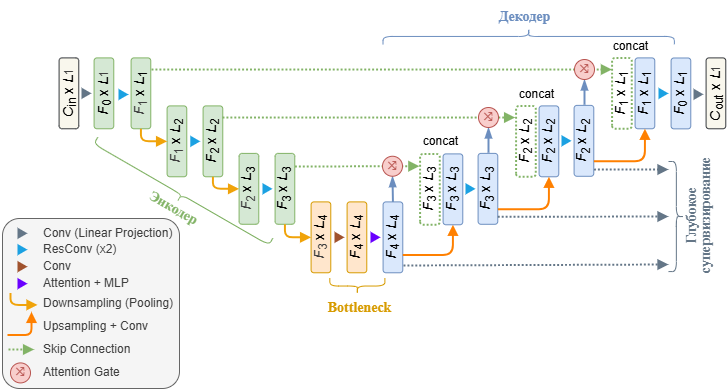
This is images/parametersEstimation/model_block_diagram.drawio.png from romangorbunov91/master-thesis-2026, a draw.io export, as it was before one commit. Source tidied: cells renumbered, new cells last; positions are measured from the earlier drawing's top-left corner, leaving out a move shared by most shapes.
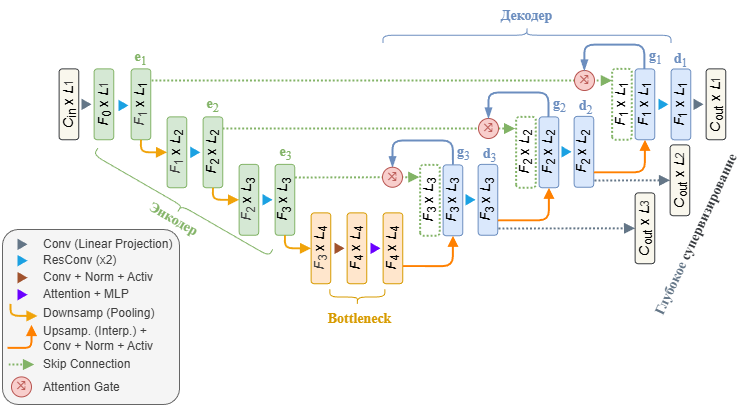
Above is the later version.

Diff of the diagram source:
```diff
@@ -4,4 +4,4 @@
     <mxCell id="1" parent="0" />
-    <mxCell id="2" style="rounded=1;whiteSpace=wrap;html=1;fillColor=#f5f5f5;strokeColor=#666666;arcSize=10;fontColor=#333333;" parent="1" vertex="1">
-      <mxGeometry y="328" width="177" height="170" as="geometry" />
+    <mxCell id="2" style="rounded=1;whiteSpace=wrap;html=1;fillColor=#f5f5f5;strokeColor=#666666;arcSize=9;fontColor=#333333;" parent="1" vertex="1">
+      <mxGeometry y="328" width="177" height="175" as="geometry" />
     </mxCell>
@@ -49,3 +49,3 @@
     </mxCell>
-    <mxCell id="17" value="&lt;font style=&quot;font-size: 14px; line-height: 100%;&quot;&gt;&lt;i&gt;F&lt;/i&gt;&lt;sub style=&quot;line-height: 100%;&quot;&gt;4&lt;/sub&gt;&amp;nbsp;x &lt;i&gt;L&lt;/i&gt;&lt;sub&gt;4&lt;/sub&gt;&lt;/font&gt;" style="rounded=1;whiteSpace=wrap;html=1;rotation=-90;fillColor=#dae8fc;strokeColor=#6c8ebf;" parent="1" vertex="1">
+    <mxCell id="17" value="&lt;font style=&quot;font-size: 14px; line-height: 100%;&quot;&gt;&lt;i&gt;F&lt;/i&gt;&lt;sub style=&quot;line-height: 100%;&quot;&gt;4&lt;/sub&gt;&amp;nbsp;x &lt;i&gt;L&lt;/i&gt;&lt;sub&gt;4&lt;/sub&gt;&lt;/font&gt;" style="rounded=1;whiteSpace=wrap;html=1;rotation=-90;fillColor=#ffe6cc;strokeColor=#d79b00;" parent="1" vertex="1">
       <mxGeometry x="355" y="337" width="70.9" height="19.7" as="geometry" />
@@ -58,4 +58,9 @@
     </mxCell>
-    <mxCell id="20" style="edgeStyle=none;html=1;exitX=1;exitY=0.5;exitDx=0;exitDy=0;rounded=0;curved=0;strokeWidth=1.9685;endArrow=blockThin;endFill=1;fillColor=#dae8fc;strokeColor=#6c8ebf;" parent="1" edge="1" source="17" target="23">
-      <mxGeometry relative="1" as="geometry" />
+    <mxCell id="20" style="edgeStyle=orthogonalEdgeStyle;html=1;exitX=1;exitY=0.5;exitDx=0;exitDy=0;rounded=1;strokeWidth=1.9685;endArrow=blockThin;endFill=1;fillColor=#dae8fc;strokeColor=#6c8ebf;entryX=0.5;entryY=0;entryDx=0;entryDy=0;curved=0;" parent="1" edge="1" source="21" target="23">
+      <mxGeometry relative="1" as="geometry">
+        <Array as="points">
+          <mxPoint x="450" y="239" />
+          <mxPoint x="390" y="239" />
+        </Array>
+      </mxGeometry>
     </mxCell>
@@ -112,7 +117,2 @@
     </mxCell>
-    <mxCell id="38" style="edgeStyle=none;html=1;exitX=1;exitY=0.5;exitDx=0;exitDy=0;rounded=0;curved=0;strokeWidth=1.9685;endArrow=blockThin;endFill=1;fillColor=#dae8fc;strokeColor=#6c8ebf;" parent="1" edge="1" target="39">
-      <mxGeometry relative="1" as="geometry">
-        <mxPoint x="486" y="262.2" as="sourcePoint" />
-      </mxGeometry>
-    </mxCell>
     <mxCell id="39" value="&lt;span style=&quot;font-family: ui-monospace, SFMono-Regular, &amp;quot;SF Mono&amp;quot;, Menlo, Consolas, &amp;quot;Liberation Mono&amp;quot;, monospace; font-size: 14px; letter-spacing: -0.56px; text-align: start; white-space-collapse: preserve-breaks; line-height: 100%;&quot;&gt;&lt;font style=&quot;color: rgb(184, 84, 80);&quot;&gt;⤨&lt;/font&gt;&lt;/span&gt;" style="ellipse;whiteSpace=wrap;html=1;fillColor=#f8cecc;strokeColor=#b85450;" parent="1" vertex="1">
@@ -135,7 +135,2 @@
     </mxCell>
-    <mxCell id="45" style="edgeStyle=none;html=1;exitX=1;exitY=0.5;exitDx=0;exitDy=0;rounded=0;curved=0;strokeWidth=1.9685;endArrow=blockThin;endFill=1;fillColor=#dae8fc;strokeColor=#6c8ebf;" parent="1" edge="1" target="70">
-      <mxGeometry relative="1" as="geometry">
-        <mxPoint x="582" y="214.2" as="sourcePoint" />
-      </mxGeometry>
-    </mxCell>
     <mxCell id="46" style="edgeStyle=none;html=1;exitX=0.836;exitY=1.037;exitDx=0;exitDy=0;entryX=0.836;entryY=-0.009;entryDx=0;entryDy=0;exitPerimeter=0;rounded=0;curved=0;fillColor=#d5e8d4;strokeColor=#82b366;strokeWidth=1.9685;endArrow=block;endFill=1;dashed=1;dashPattern=1 1;entryPerimeter=0;" parent="1" edge="1" source="4" target="42">
@@ -144,9 +139,9 @@
     <mxCell id="47" style="shape=curlyBracket;whiteSpace=wrap;html=1;rounded=1;flipH=1;labelPosition=right;verticalLabelPosition=middle;align=left;verticalAlign=middle;rotation=-90;strokeColor=#6C8EBF;" parent="1" vertex="1">
-      <mxGeometry x="518.3" y="0.3" width="15.7" height="291.4" as="geometry" />
+      <mxGeometry x="516.7" y="-10.3" width="15.7" height="288" as="geometry" />
     </mxCell>
     <mxCell id="48" value="&lt;div style=&quot;text-align: left;&quot;&gt;&lt;span style=&quot;background-color: transparent; font-size: 14px; text-wrap-mode: wrap;&quot;&gt;&lt;font face=&quot;Times New Roman&quot; style=&quot;color: rgb(108, 142, 191);&quot;&gt;&lt;b&gt;Декодер&lt;/b&gt;&lt;/font&gt;&lt;/span&gt;&lt;/div&gt;" style="text;html=1;align=center;verticalAlign=middle;strokeColor=none;fillColor=none;fontColor=#6C8EBF;" parent="1" vertex="1">
-      <mxGeometry x="486" y="110" width="71" height="31" as="geometry" />
+      <mxGeometry x="488" y="98.7" width="71" height="31" as="geometry" />
     </mxCell>
     <mxCell id="49" style="triangle;whiteSpace=wrap;html=1;fillColor=#647687;fontColor=#ffffff;strokeColor=none;" parent="1" vertex="1">
-      <mxGeometry x="691" y="198.1" width="10" height="11.5" as="geometry" />
+      <mxGeometry x="691" y="197.1" width="10" height="11.5" as="geometry" />
     </mxCell>
@@ -178,7 +173,7 @@
       <mxGeometry relative="1" as="geometry">
-        <mxPoint x="5" y="444.4" as="sourcePoint" />
-        <mxPoint x="29" y="421.4" as="targetPoint" />
+        <mxPoint x="5" y="446.4" as="sourcePoint" />
+        <mxPoint x="29" y="423.4" as="targetPoint" />
         <Array as="points">
-          <mxPoint x="7" y="444.4" />
-          <mxPoint x="29" y="444.4" />
+          <mxPoint x="7" y="446.4" />
+          <mxPoint x="29" y="446.4" />
         </Array>
@@ -187,17 +182,8 @@
     <mxCell id="57" value="&lt;span style=&quot;font-family: ui-monospace, SFMono-Regular, &amp;quot;SF Mono&amp;quot;, Menlo, Consolas, &amp;quot;Liberation Mono&amp;quot;, monospace; font-size: 14px; letter-spacing: -0.56px; text-align: start; white-space-collapse: preserve-breaks; line-height: 100%;&quot;&gt;&lt;font style=&quot;color: rgb(184, 84, 80);&quot;&gt;⤨&lt;/font&gt;&lt;/span&gt;" style="ellipse;whiteSpace=wrap;html=1;fillColor=#f8cecc;strokeColor=#b85450;" parent="1" vertex="1">
-      <mxGeometry x="8" y="472.4" width="20" height="20" as="geometry" />
+      <mxGeometry x="9" y="475.4" width="20" height="20" as="geometry" />
     </mxCell>
-    <mxCell id="58" value="&lt;div style=&quot;text-align: left;&quot;&gt;&lt;span style=&quot;background-color: transparent; text-wrap-mode: wrap;&quot;&gt;&lt;font&gt;concat&lt;/font&gt;&lt;/span&gt;&lt;/div&gt;" style="text;html=1;align=center;verticalAlign=middle;strokeColor=none;fillColor=none;" parent="1" vertex="1">
-      <mxGeometry x="411" y="237.3" width="54" height="27" as="geometry" />
-    </mxCell>
-    <mxCell id="59" value="&lt;div style=&quot;text-align: left;&quot;&gt;&lt;span style=&quot;background-color: transparent; text-wrap-mode: wrap;&quot;&gt;&lt;font&gt;concat&lt;/font&gt;&lt;/span&gt;&lt;/div&gt;" style="text;html=1;align=center;verticalAlign=middle;strokeColor=none;fillColor=none;" parent="1" vertex="1">
-      <mxGeometry x="507" y="190" width="54" height="27" as="geometry" />
-    </mxCell>
-    <mxCell id="60" value="&lt;div style=&quot;text-align: left;&quot;&gt;&lt;span style=&quot;background-color: transparent; text-wrap-mode: wrap;&quot;&gt;&lt;font&gt;concat&lt;/font&gt;&lt;/span&gt;&lt;/div&gt;" style="text;html=1;align=center;verticalAlign=middle;strokeColor=none;fillColor=none;" parent="1" vertex="1">
-      <mxGeometry x="601" y="142" width="54" height="27" as="geometry" />
-    </mxCell>
     <mxCell id="61" style="edgeStyle=none;html=1;rounded=0;curved=0;fillColor=#d5e8d4;strokeColor=#82b366;strokeWidth=1.9685;endArrow=block;endFill=1;dashed=1;dashPattern=1 1;" parent="1" edge="1">
       <mxGeometry relative="1" as="geometry">
-        <mxPoint x="6" y="459" as="sourcePoint" />
-        <mxPoint x="31.6" y="459" as="targetPoint" />
+        <mxPoint x="6" y="463" as="sourcePoint" />
+        <mxPoint x="31.6" y="463" as="targetPoint" />
       </mxGeometry>
@@ -211,3 +197,3 @@
     <mxCell id="64" value="&lt;span style=&quot;color: rgb(63, 63, 63);&quot;&gt;&lt;font&gt;Attention Gate&lt;/font&gt;&lt;/span&gt;" style="text;html=1;align=left;verticalAlign=middle;whiteSpace=wrap;rounded=0;" parent="1" vertex="1">
-      <mxGeometry x="39" y="472" width="135" height="20" as="geometry" />
+      <mxGeometry x="39" y="476" width="135" height="20" as="geometry" />
     </mxCell>
@@ -216,3 +202,3 @@
     </mxCell>
-    <mxCell id="66" value="&lt;span style=&quot;color: rgb(63, 63, 63);&quot;&gt;&lt;font&gt;Conv&lt;/font&gt;&lt;/span&gt;" style="text;html=1;align=left;verticalAlign=middle;whiteSpace=wrap;rounded=0;" parent="1" vertex="1">
+    <mxCell id="66" value="&lt;span style=&quot;color: rgb(63, 63, 63);&quot;&gt;&lt;font&gt;Conv + Norm + Activ&lt;/font&gt;&lt;/span&gt;" style="text;html=1;align=left;verticalAlign=middle;whiteSpace=wrap;rounded=0;" parent="1" vertex="1">
       <mxGeometry x="39" y="366" width="135" height="20" as="geometry" />
@@ -220,9 +206,9 @@
     <mxCell id="67" value="&lt;span style=&quot;color: rgb(63, 63, 63);&quot;&gt;&lt;font&gt;Skip Connection&lt;/font&gt;&lt;/span&gt;" style="text;html=1;align=left;verticalAlign=middle;whiteSpace=wrap;rounded=0;" parent="1" vertex="1">
-      <mxGeometry x="39" y="449" width="135" height="20" as="geometry" />
+      <mxGeometry x="39" y="453" width="135" height="20" as="geometry" />
     </mxCell>
-    <mxCell id="68" value="&lt;span style=&quot;color: rgb(63, 63, 63);&quot;&gt;&lt;font&gt;Downsampling (Pooling)&lt;/font&gt;&lt;/span&gt;" style="text;html=1;align=left;verticalAlign=middle;whiteSpace=wrap;rounded=0;" parent="1" vertex="1">
-      <mxGeometry x="39" y="403" width="135" height="20" as="geometry" />
+    <mxCell id="68" value="&lt;span style=&quot;color: rgb(63, 63, 63);&quot;&gt;&lt;font&gt;Downsamp (Pooling)&lt;/font&gt;&lt;/span&gt;" style="text;html=1;align=left;verticalAlign=middle;whiteSpace=wrap;rounded=0;" parent="1" vertex="1">
+      <mxGeometry x="39" y="402" width="135" height="20" as="geometry" />
     </mxCell>
-    <mxCell id="69" value="&lt;span style=&quot;color: rgb(63, 63, 63);&quot;&gt;&lt;font&gt;Upsampling + Conv&lt;/font&gt;&lt;/span&gt;" style="text;html=1;align=left;verticalAlign=middle;whiteSpace=wrap;rounded=0;" parent="1" vertex="1">
-      <mxGeometry x="39" y="426" width="135" height="20" as="geometry" />
+    <mxCell id="69" value="&lt;span style=&quot;color: rgb(63, 63, 63);&quot;&gt;&lt;font&gt;Upsamp. (Interp.) + Conv&lt;/font&gt;&lt;/span&gt;&lt;span style=&quot;color: rgb(63, 63, 63);&quot;&gt;&amp;nbsp;+ Norm + Activ&lt;/span&gt;" style="text;html=1;align=left;verticalAlign=middle;whiteSpace=wrap;rounded=0;" parent="1" vertex="1">
+      <mxGeometry x="39" y="427" width="120" height="20" as="geometry" />
     </mxCell>
@@ -231,23 +217,9 @@
     </mxCell>
-    <mxCell id="71" style="edgeStyle=none;html=1;exitX=0.815;exitY=1.008;exitDx=0;exitDy=0;exitPerimeter=0;rounded=0;curved=0;fillColor=#d5e8d4;strokeColor=#647687;strokeWidth=1.9685;endArrow=block;endFill=1;dashed=1;dashPattern=1 1;" parent="1" edge="1">
-      <mxGeometry relative="1" as="geometry">
-        <mxPoint x="401" y="375" as="sourcePoint" />
-        <mxPoint x="666" y="374" as="targetPoint" />
-      </mxGeometry>
-    </mxCell>
-    <mxCell id="72" style="edgeStyle=none;html=1;rounded=0;curved=0;fillColor=#d5e8d4;strokeColor=#647687;strokeWidth=1.9685;endArrow=block;endFill=1;dashed=1;dashPattern=1 1;exitX=0.105;exitY=0.999;exitDx=0;exitDy=0;exitPerimeter=0;" parent="1" edge="1" source="25">
+    <mxCell id="72" style="edgeStyle=none;html=1;rounded=0;curved=0;fillColor=#d5e8d4;strokeColor=#647687;strokeWidth=1.9685;endArrow=block;endFill=1;dashed=1;dashPattern=1 1;entryX=0.5;entryY=0;entryDx=0;entryDy=0;" parent="1" edge="1" target="91">
       <mxGeometry relative="1" as="geometry">
-        <mxPoint x="666" y="326" as="targetPoint" />
+        <mxPoint x="496" y="327" as="sourcePoint" />
       </mxGeometry>
     </mxCell>
-    <mxCell id="73" style="edgeStyle=none;html=1;rounded=0;curved=0;fillColor=#d5e8d4;strokeColor=#647687;strokeWidth=1.9685;endArrow=block;endFill=1;dashed=1;dashPattern=1 1;exitX=0.094;exitY=1.01;exitDx=0;exitDy=0;exitPerimeter=0;" parent="1" edge="1" source="41">
-      <mxGeometry relative="1" as="geometry">
-        <mxPoint x="666" y="279" as="targetPoint" />
-      </mxGeometry>
-    </mxCell>
-    <mxCell id="74" style="shape=curlyBracket;whiteSpace=wrap;html=1;rounded=1;flipH=1;labelPosition=right;verticalLabelPosition=middle;align=left;verticalAlign=middle;rotation=0;strokeColor=#647687;" parent="1" vertex="1">
-      <mxGeometry x="666" y="271" width="15.7" height="110.1" as="geometry" />
-    </mxCell>
-    <mxCell id="75" value="&lt;div style=&quot;line-height: 90%;&quot;&gt;&lt;span style=&quot;background-color: transparent; font-size: 14px; text-wrap-mode: wrap; line-height: 90%;&quot;&gt;&lt;font face=&quot;Times New Roman&quot; style=&quot;color: rgb(100, 118, 135);&quot;&gt;&lt;b&gt;Глубокое&lt;/b&gt;&lt;/font&gt;&lt;/span&gt;&lt;/div&gt;&lt;div style=&quot;line-height: 90%;&quot;&gt;&lt;span style=&quot;background-color: transparent; font-size: 14px; text-wrap-mode: wrap; line-height: 90%;&quot;&gt;&lt;font face=&quot;Times New Roman&quot; style=&quot;color: rgb(100, 118, 135);&quot;&gt;&lt;b&gt;супервизирование&lt;/b&gt;&lt;/font&gt;&lt;/span&gt;&lt;/div&gt;" style="text;html=1;align=center;verticalAlign=middle;strokeColor=none;fillColor=none;rotation=-90;" parent="1" vertex="1">
-      <mxGeometry x="628" y="305.7" width="135" height="40" as="geometry" />
+    <mxCell id="75" value="&lt;div style=&quot;line-height: 90%;&quot;&gt;&lt;font style=&quot;color: rgb(54, 57, 61);&quot;&gt;&lt;span style=&quot;background-color: transparent; font-size: 14px; text-wrap-mode: wrap; line-height: 90%;&quot;&gt;&lt;font face=&quot;Times New Roman&quot; style=&quot;color: rgb(100, 118, 135);&quot;&gt;&lt;b style=&quot;&quot;&gt;Глубокое&amp;nbsp;&lt;/b&gt;&lt;/font&gt;&lt;/span&gt;&lt;b style=&quot;font-family: &amp;quot;Times New Roman&amp;quot;; background-color: transparent; font-size: 14px; text-wrap-mode: wrap;&quot;&gt;супервизирование&lt;/b&gt;&lt;/font&gt;&lt;/div&gt;" style="text;html=1;align=center;verticalAlign=middle;strokeColor=none;fillColor=none;rotation=-65;" parent="1" vertex="1">
+      <mxGeometry x="595" y="320" width="195" height="27" as="geometry" />
     </mxCell>
@@ -256,5 +228,62 @@
     </mxCell>
-    <mxCell id="77" value="&lt;font style=&quot;font-size: 14px; line-height: 100%;&quot;&gt;&lt;i&gt;F&lt;/i&gt;&lt;sub style=&quot;line-height: 100%;&quot;&gt;0&lt;/sub&gt;&amp;nbsp;x &lt;i&gt;L&lt;/i&gt;&lt;sub&gt;1&lt;/sub&gt;&lt;/font&gt;" style="rounded=1;whiteSpace=wrap;html=1;rotation=-90;fillColor=#dae8fc;strokeColor=#6c8ebf;" parent="1" vertex="1">
+    <mxCell id="77" value="&lt;font style=&quot;font-size: 14px; line-height: 100%;&quot;&gt;&lt;i&gt;F&lt;/i&gt;&lt;sub style=&quot;line-height: 100%;&quot;&gt;1&lt;/sub&gt;&amp;nbsp;x &lt;i&gt;L&lt;/i&gt;&lt;sub&gt;1&lt;/sub&gt;&lt;/font&gt;" style="rounded=1;whiteSpace=wrap;html=1;rotation=-90;fillColor=#dae8fc;strokeColor=#6c8ebf;" parent="1" vertex="1">
       <mxGeometry x="643" y="193.1" width="70.9" height="19.7" as="geometry" />
     </mxCell>
+    <mxCell id="78" value="&lt;div style=&quot;text-align: left;&quot;&gt;&lt;span style=&quot;background-color: transparent; font-size: 14px; text-wrap-mode: wrap;&quot;&gt;&lt;font style=&quot;color: rgb(130, 179, 102);&quot; face=&quot;Times New Roman&quot;&gt;&lt;b&gt;e&lt;/b&gt;&lt;sub style=&quot;&quot;&gt;1&lt;/sub&gt;&lt;/font&gt;&lt;/span&gt;&lt;/div&gt;" style="text;html=1;align=center;verticalAlign=middle;strokeColor=none;fillColor=none;rotation=0;" parent="1" vertex="1">
+      <mxGeometry x="122.9" y="140" width="31" height="34" as="geometry" />
+    </mxCell>
+    <mxCell id="79" value="&lt;div style=&quot;text-align: left;&quot;&gt;&lt;span style=&quot;background-color: transparent; font-size: 14px; text-wrap-mode: wrap;&quot;&gt;&lt;font style=&quot;color: rgb(130, 179, 102);&quot; face=&quot;Times New Roman&quot;&gt;&lt;b&gt;e&lt;/b&gt;&lt;sub style=&quot;&quot;&gt;2&lt;/sub&gt;&lt;/font&gt;&lt;/span&gt;&lt;/div&gt;" style="text;html=1;align=center;verticalAlign=middle;strokeColor=none;fillColor=none;rotation=0;" parent="1" vertex="1">
+      <mxGeometry x="194" y="186.5" width="31" height="34" as="geometry" />
+    </mxCell>
+    <mxCell id="80" value="&lt;div style=&quot;text-align: left;&quot;&gt;&lt;span style=&quot;background-color: transparent; font-size: 14px; text-wrap-mode: wrap;&quot;&gt;&lt;font style=&quot;color: rgb(130, 179, 102);&quot; face=&quot;Times New Roman&quot;&gt;&lt;b&gt;e&lt;/b&gt;&lt;sub style=&quot;&quot;&gt;3&lt;/sub&gt;&lt;/font&gt;&lt;/span&gt;&lt;/div&gt;" style="text;html=1;align=center;verticalAlign=middle;strokeColor=none;fillColor=none;rotation=0;" parent="1" vertex="1">
+      <mxGeometry x="267" y="235" width="31" height="34" as="geometry" />
+    </mxCell>
+    <mxCell id="81" value="&lt;div style=&quot;text-align: left;&quot;&gt;&lt;span style=&quot;background-color: transparent; font-size: 14px; text-wrap-mode: wrap;&quot;&gt;&lt;font face=&quot;Times New Roman&quot; style=&quot;color: rgb(108, 142, 191);&quot;&gt;&lt;b&gt;g&lt;/b&gt;&lt;sub&gt;3&lt;/sub&gt;&lt;/font&gt;&lt;/span&gt;&lt;/div&gt;" style="text;html=1;align=center;verticalAlign=middle;strokeColor=none;fillColor=none;fontColor=#6C8EBF;" parent="1" vertex="1">
+      <mxGeometry x="445" y="235" width="32" height="34" as="geometry" />
+    </mxCell>
+    <mxCell id="82" value="&lt;div style=&quot;text-align: left;&quot;&gt;&lt;span style=&quot;background-color: transparent; font-size: 14px; text-wrap-mode: wrap;&quot;&gt;&lt;font face=&quot;Times New Roman&quot; style=&quot;color: rgb(108, 142, 191);&quot;&gt;&lt;b&gt;g&lt;/b&gt;&lt;sub&gt;2&lt;/sub&gt;&lt;/font&gt;&lt;/span&gt;&lt;/div&gt;" style="text;html=1;align=center;verticalAlign=middle;strokeColor=none;fillColor=none;fontColor=#6C8EBF;" parent="1" vertex="1">
+      <mxGeometry x="541" y="186.9" width="32" height="34" as="geometry" />
+    </mxCell>
+    <mxCell id="83" style="edgeStyle=orthogonalEdgeStyle;html=1;exitX=1;exitY=0.5;exitDx=0;exitDy=0;rounded=1;strokeWidth=1.9685;endArrow=blockThin;endFill=1;fillColor=#dae8fc;strokeColor=#6c8ebf;curved=0;entryX=0.5;entryY=0;entryDx=0;entryDy=0;" parent="1" edge="1" target="39">
+      <mxGeometry relative="1" as="geometry">
+        <mxPoint x="546" y="214.9" as="sourcePoint" />
+        <Array as="points">
+          <mxPoint x="546" y="191" />
+          <mxPoint x="486" y="191" />
+        </Array>
+      </mxGeometry>
+    </mxCell>
+    <mxCell id="84" value="&lt;div style=&quot;text-align: left;&quot;&gt;&lt;span style=&quot;background-color: transparent; font-size: 14px; text-wrap-mode: wrap;&quot;&gt;&lt;font face=&quot;Times New Roman&quot; style=&quot;color: rgb(108, 142, 191);&quot;&gt;&lt;b&gt;g&lt;/b&gt;&lt;sub&gt;1&lt;/sub&gt;&lt;/font&gt;&lt;/span&gt;&lt;/div&gt;" style="text;html=1;align=center;verticalAlign=middle;strokeColor=none;fillColor=none;fontColor=#6C8EBF;" parent="1" vertex="1">
+      <mxGeometry x="636.9" y="139" width="32" height="34" as="geometry" />
+    </mxCell>
+    <mxCell id="85" style="edgeStyle=orthogonalEdgeStyle;html=1;exitX=1;exitY=0.5;exitDx=0;exitDy=0;rounded=1;strokeWidth=1.9685;endArrow=blockThin;endFill=1;fillColor=#dae8fc;strokeColor=#6c8ebf;curved=0;entryX=0.5;entryY=0;entryDx=0;entryDy=0;" parent="1" edge="1">
+      <mxGeometry relative="1" as="geometry">
+        <mxPoint x="641.9" y="167" as="sourcePoint" />
+        <mxPoint x="581.9" y="169.1" as="targetPoint" />
+        <Array as="points">
+          <mxPoint x="641.9" y="143.1" />
+          <mxPoint x="581.9" y="143.1" />
+        </Array>
+      </mxGeometry>
+    </mxCell>
+    <mxCell id="86" value="&lt;div style=&quot;text-align: left;&quot;&gt;&lt;span style=&quot;background-color: transparent; font-size: 14px; text-wrap-mode: wrap;&quot;&gt;&lt;font face=&quot;Times New Roman&quot; style=&quot;color: rgb(108, 142, 191);&quot;&gt;&lt;b&gt;d&lt;/b&gt;&lt;sub&gt;2&lt;/sub&gt;&lt;/font&gt;&lt;/span&gt;&lt;/div&gt;" style="text;html=1;align=center;verticalAlign=middle;strokeColor=none;fillColor=none;fontColor=#6C8EBF;" parent="1" vertex="1">
+      <mxGeometry x="566" y="189" width="33" height="34" as="geometry" />
+    </mxCell>
+    <mxCell id="87" value="&lt;div style=&quot;text-align: left;&quot;&gt;&lt;span style=&quot;background-color: transparent; font-size: 14px; text-wrap-mode: wrap;&quot;&gt;&lt;font face=&quot;Times New Roman&quot; style=&quot;color: rgb(108, 142, 191);&quot;&gt;&lt;b&gt;d&lt;/b&gt;&lt;sub&gt;3&lt;/sub&gt;&lt;/font&gt;&lt;/span&gt;&lt;/div&gt;" style="text;html=1;align=center;verticalAlign=middle;strokeColor=none;fillColor=none;fontColor=#6C8EBF;" parent="1" vertex="1">
+      <mxGeometry x="470" y="237.1" width="33" height="34" as="geometry" />
+    </mxCell>
+    <mxCell id="88" value="&lt;div style=&quot;text-align: left;&quot;&gt;&lt;span style=&quot;background-color: transparent; font-size: 14px; text-wrap-mode: wrap;&quot;&gt;&lt;font face=&quot;Times New Roman&quot; style=&quot;color: rgb(108, 142, 191);&quot;&gt;&lt;b&gt;d&lt;/b&gt;&lt;sub&gt;1&lt;/sub&gt;&lt;/font&gt;&lt;/span&gt;&lt;/div&gt;" style="text;html=1;align=center;verticalAlign=middle;strokeColor=none;fillColor=none;fontColor=#6C8EBF;" parent="1" vertex="1">
+      <mxGeometry x="661.9" y="142" width="33" height="34" as="geometry" />
+    </mxCell>
+    <mxCell id="89" style="edgeStyle=none;html=1;rounded=0;curved=0;fillColor=#d5e8d4;strokeColor=#647687;strokeWidth=1.9685;endArrow=block;endFill=1;dashed=1;dashPattern=1 1;entryX=0.5;entryY=0;entryDx=0;entryDy=0;" parent="1" edge="1" target="90">
+      <mxGeometry relative="1" as="geometry">
+        <mxPoint x="592" y="279" as="sourcePoint" />
+      </mxGeometry>
+    </mxCell>
+    <mxCell id="90" value="&lt;font style=&quot;font-size: 14px; line-height: 100%;&quot;&gt;&lt;i&gt;C&lt;/i&gt;&lt;sub style=&quot;line-height: 100%;&quot;&gt;out&lt;/sub&gt;&amp;nbsp;x &lt;i&gt;L&lt;/i&gt;&lt;/font&gt;&lt;span style=&quot;color: rgb(63, 63, 63); font-size: 11.6667px;&quot;&gt;2&lt;/span&gt;" style="rounded=1;whiteSpace=wrap;html=1;rotation=-90;fillColor=#f9f7ed;strokeColor=#36393d;glass=0;" parent="1" vertex="1">
+      <mxGeometry x="642" y="269" width="70.9" height="19.7" as="geometry" />
+    </mxCell>
+    <mxCell id="91" value="&lt;font style=&quot;font-size: 14px; line-height: 100%;&quot;&gt;&lt;i&gt;C&lt;/i&gt;&lt;sub style=&quot;line-height: 100%;&quot;&gt;out&lt;/sub&gt;&amp;nbsp;x &lt;i&gt;L&lt;/i&gt;&lt;/font&gt;&lt;span style=&quot;color: rgb(63, 63, 63); font-size: 11.6667px;&quot;&gt;3&lt;/span&gt;" style="rounded=1;whiteSpace=wrap;html=1;rotation=-90;fillColor=#f9f7ed;strokeColor=#36393d;glass=0;" parent="1" vertex="1">
+      <mxGeometry x="607" y="317" width="70.9" height="19.7" as="geometry" />
+    </mxCell>
   </root>
```
